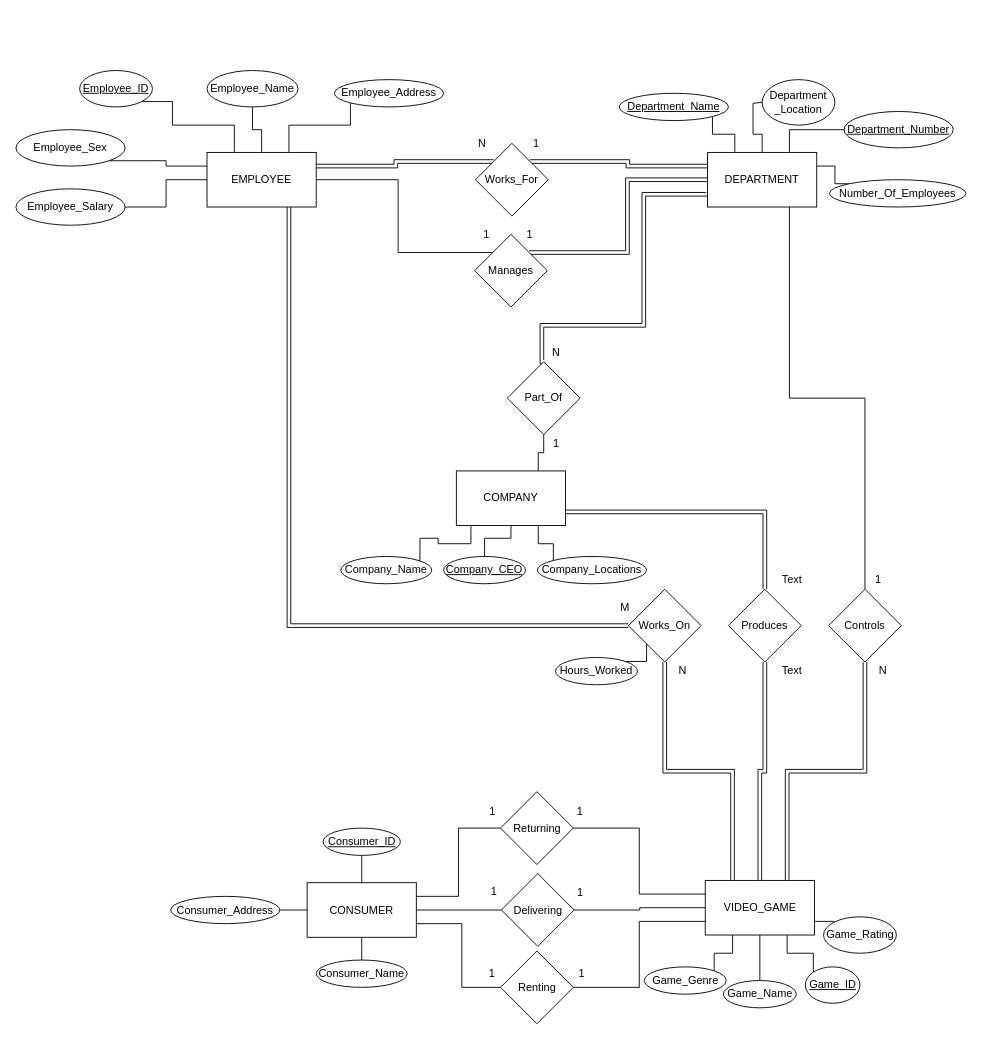
CameronWFox/College_Courses keeps this draw.io diagram as page "ER_Diagram" (1 of 2) of Computer_Science_CS/4700_Database_Management/Database Management Project Enitity Relationship Diagram.drawio. Above is the earlier version. Source tidied: cells renumbered, new cells numbered last; positions are measured from the earlier drawing's top-left corner, leaving out a move shared by most shapes. Both pictures are drawn from the tidied source at 91%, with x=0, y=0 at pixel (15, 70).
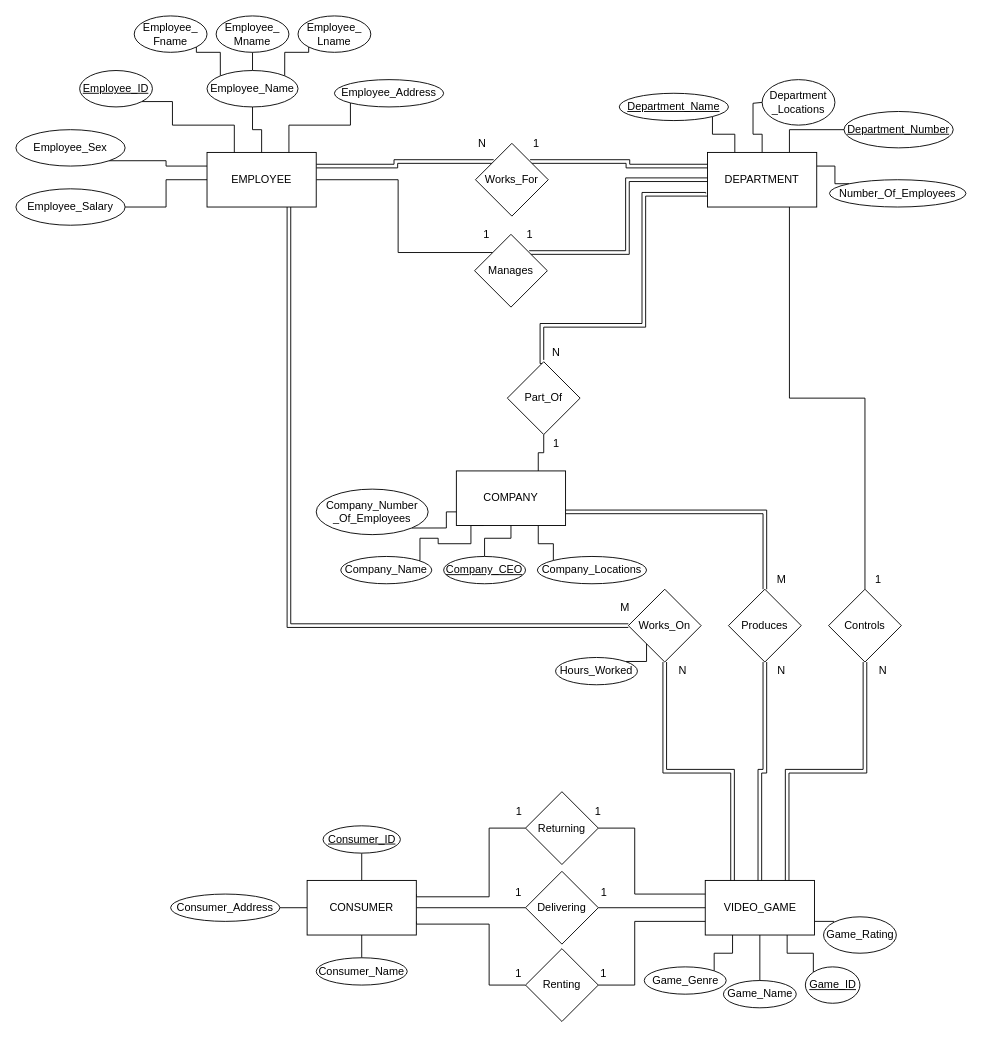
The same page after the edit.

The change refers to these unchanged cells:
```xml
<mxCell id="5" value="COMPANY" style="rounded=0;whiteSpace=wrap;html=1;" parent="1" vertex="1">
  <mxGeometry x="484" y="440" width="120" height="60" as="geometry" />
</mxCell>
<mxCell id="28" value="VIDEO_GAME" style="rounded=0;whiteSpace=wrap;html=1;" parent="1" vertex="1">
  <mxGeometry x="757.5" y="890" width="120" height="60" as="geometry" />
</mxCell>
<mxCell id="30" value="Employee_Name" style="ellipse;whiteSpace=wrap;html=1;" parent="1" vertex="1">
  <mxGeometry x="210" width="100" height="40" as="geometry" />
</mxCell>
```

The edit, as a diff of the source:
```diff
@@
     <mxCell id="17" style="edgeStyle=orthogonalEdgeStyle;rounded=0;jettySize=auto;html=1;exitX=1;exitY=0.25;exitDx=0;exitDy=0;entryX=0;entryY=0.5;entryDx=0;entryDy=0;endArrow=none;endFill=0;" parent="1" edge="1" source="23" target="64">
-      <mxGeometry relative="1" as="geometry" />
+      <mxGeometry relative="1" as="geometry">
+        <Array as="points">
+          <mxPoint x="520" y="908" />
+          <mxPoint x="520" y="832" />
+        </Array>
+      </mxGeometry>
     </mxCell>
     <mxCell id="18" style="edgeStyle=orthogonalEdgeStyle;rounded=0;jettySize=auto;html=1;exitX=1;exitY=0.75;exitDx=0;exitDy=0;entryX=0;entryY=0.5;entryDx=0;entryDy=0;endArrow=none;endFill=0;" parent="1" edge="1" source="23" target="62">
       <mxGeometry relative="1" as="geometry">
         <Array as="points">
-          <mxPoint x="490" y="937.5" />
-          <mxPoint x="490" y="1007.5" />
+          <mxPoint x="440" y="938" />
+          <mxPoint x="520" y="938" />
+          <mxPoint x="520" y="1005" />
         </Array>
       </mxGeometry>
     </mxCell>
@@
     <mxCell id="23" value="CONSUMER" style="rounded=0;whiteSpace=wrap;html=1;" parent="1" vertex="1">
-      <mxGeometry x="320" y="892.5" width="120" height="60" as="geometry" />
+      <mxGeometry x="320" y="890" width="120" height="60" as="geometry" />
     </mxCell>
@@
+    <mxCell id="92" style="edgeStyle=orthogonalEdgeStyle;rounded=0;jettySize=auto;html=1;exitX=0.5;exitY=0;exitDx=0;exitDy=0;entryX=0.5;entryY=1;entryDx=0;entryDy=0;endArrow=none;endFill=0;" parent="1" edge="1" source="30" target="97">
+      <mxGeometry relative="1" as="geometry" />
+    </mxCell>
+    <mxCell id="93" style="edgeStyle=orthogonalEdgeStyle;rounded=0;jettySize=auto;html=1;exitX=1;exitY=0;exitDx=0;exitDy=0;entryX=0;entryY=1;entryDx=0;entryDy=0;endArrow=none;endFill=0;" parent="1" edge="1" source="30" target="98">
+      <mxGeometry relative="1" as="geometry" />
+    </mxCell>
+    <mxCell id="94" style="edgeStyle=orthogonalEdgeStyle;rounded=0;jettySize=auto;html=1;exitX=0;exitY=0;exitDx=0;exitDy=0;entryX=1;entryY=1;entryDx=0;entryDy=0;endArrow=none;endFill=0;" parent="1" edge="1" source="30" target="99">
+      <mxGeometry relative="1" as="geometry" />
+    </mxCell>
@@
-    <mxCell id="36" value="Department&lt;br&gt;_Location" style="ellipse;whiteSpace=wrap;html=1;" parent="1" vertex="1">
+    <mxCell id="36" value="Department&lt;br&gt;_Locations" style="ellipse;whiteSpace=wrap;html=1;" parent="1" vertex="1">
       <mxGeometry x="820" y="10" width="80" height="50" as="geometry" />
     </mxCell>
@@
     <mxCell id="61" style="edgeStyle=orthogonalEdgeStyle;rounded=0;jettySize=auto;html=1;exitX=1;exitY=0.5;exitDx=0;exitDy=0;entryX=0;entryY=0.75;entryDx=0;entryDy=0;endArrow=none;endFill=0;" parent="1" edge="1" source="62" target="28">
-      <mxGeometry relative="1" as="geometry" />
+      <mxGeometry relative="1" as="geometry">
+        <Array as="points">
+          <mxPoint x="680" y="1005" />
+          <mxPoint x="680" y="935" />
+        </Array>
+      </mxGeometry>
     </mxCell>
     <mxCell id="62" value="Renting" style="rhombus;whiteSpace=wrap;html=1;" parent="1" vertex="1">
-      <mxGeometry x="532.5" y="967.5" width="80" height="80" as="geometry" />
+      <mxGeometry x="560" y="965" width="80" height="80" as="geometry" />
     </mxCell>
     <mxCell id="63" style="edgeStyle=orthogonalEdgeStyle;rounded=0;jettySize=auto;html=1;exitX=1;exitY=0.5;exitDx=0;exitDy=0;entryX=0;entryY=0.25;entryDx=0;entryDy=0;endArrow=none;endFill=0;" parent="1" edge="1" source="64" target="28">
-      <mxGeometry relative="1" as="geometry" />
+      <mxGeometry relative="1" as="geometry">
+        <Array as="points">
+          <mxPoint x="680" y="832" />
+          <mxPoint x="680" y="905" />
+        </Array>
+      </mxGeometry>
     </mxCell>
     <mxCell id="64" value="Returning" style="rhombus;whiteSpace=wrap;html=1;" parent="1" vertex="1">
-      <mxGeometry x="532.5" y="792.5" width="80" height="80" as="geometry" />
+      <mxGeometry x="560" y="792.5" width="80" height="80" as="geometry" />
     </mxCell>
@@
-    <mxCell id="77" value="Text" style="text;html=1;strokeColor=none;fillColor=none;align=center;verticalAlign=middle;whiteSpace=wrap;rounded=0;" parent="1" vertex="1">
-      <mxGeometry x="833" y="550" width="40" height="20" as="geometry" />
+    <mxCell id="77" value="M" style="text;html=1;strokeColor=none;fillColor=none;align=center;verticalAlign=middle;whiteSpace=wrap;rounded=0;" parent="1" vertex="1">
+      <mxGeometry x="833" y="550" width="17" height="20" as="geometry" />
     </mxCell>
-    <mxCell id="78" value="Text" style="text;html=1;strokeColor=none;fillColor=none;align=center;verticalAlign=middle;whiteSpace=wrap;rounded=0;" parent="1" vertex="1">
-      <mxGeometry x="833" y="650" width="40" height="20" as="geometry" />
+    <mxCell id="78" value="N" style="text;html=1;strokeColor=none;fillColor=none;align=center;verticalAlign=middle;whiteSpace=wrap;rounded=0;" parent="1" vertex="1">
+      <mxGeometry x="833" y="650" width="17" height="20" as="geometry" />
     </mxCell>
@@
     <mxCell id="81" value="1" style="text;html=1;strokeColor=none;fillColor=none;align=center;verticalAlign=middle;whiteSpace=wrap;rounded=0;" parent="1" vertex="1">
-      <mxGeometry x="613.5" y="805" width="12" height="20" as="geometry" />
+      <mxGeometry x="634" y="805" width="12" height="20" as="geometry" />
     </mxCell>
     <mxCell id="82" value="1" style="text;html=1;strokeColor=none;fillColor=none;align=center;verticalAlign=middle;whiteSpace=wrap;rounded=0;" parent="1" vertex="1">
-      <mxGeometry x="613.5" y="982.5" width="16" height="20" as="geometry" />
+      <mxGeometry x="638" y="982.5" width="16" height="20" as="geometry" />
     </mxCell>
     <mxCell id="83" value="1" style="text;html=1;strokeColor=none;fillColor=none;align=center;verticalAlign=middle;whiteSpace=wrap;rounded=0;" parent="1" vertex="1">
-      <mxGeometry x="516" y="982.5" width="15" height="20" as="geometry" />
+      <mxGeometry x="545" y="982.5" width="15" height="20" as="geometry" />
     </mxCell>
     <mxCell id="84" value="1" style="text;html=1;strokeColor=none;fillColor=none;align=center;verticalAlign=middle;whiteSpace=wrap;rounded=0;" parent="1" vertex="1">
-      <mxGeometry x="517.5" y="805" width="12" height="20" as="geometry" />
+      <mxGeometry x="546.5" y="805" width="12" height="20" as="geometry" />
     </mxCell>
@@
     <mxCell id="86" value="Delivering" style="rhombus;whiteSpace=wrap;html=1;" parent="1" vertex="1">
-      <mxGeometry x="533.5" y="882.5" width="80" height="80" as="geometry" />
+      <mxGeometry x="560" y="880" width="80" height="80" as="geometry" />
     </mxCell>
     <mxCell id="87" value="1" style="text;html=1;strokeColor=none;fillColor=none;align=center;verticalAlign=middle;whiteSpace=wrap;rounded=0;" parent="1" vertex="1">
-      <mxGeometry x="517.5" y="892.5" width="15" height="20" as="geometry" />
+      <mxGeometry x="545" y="893.5" width="15" height="20" as="geometry" />
     </mxCell>
     <mxCell id="88" value="1" style="text;html=1;strokeColor=none;fillColor=none;align=center;verticalAlign=middle;whiteSpace=wrap;rounded=0;" parent="1" vertex="1">
-      <mxGeometry x="612.5" y="893.5" width="15" height="20" as="geometry" />
+      <mxGeometry x="638.5" y="893.5" width="15" height="20" as="geometry" />
     </mxCell>
     <mxCell id="89" value="Consumer_ID" style="ellipse;whiteSpace=wrap;html=1;fontStyle=4;" parent="1" vertex="1">
-      <mxGeometry x="337.5" y="832.5" width="85" height="30" as="geometry" />
+      <mxGeometry x="337.5" y="830" width="85" height="30" as="geometry" />
     </mxCell>
     <mxCell id="90" value="Consumer_Name" style="ellipse;whiteSpace=wrap;html=1;" parent="1" vertex="1">
-      <mxGeometry x="330" y="977.5" width="100" height="30" as="geometry" />
+      <mxGeometry x="330" y="975" width="100" height="30" as="geometry" />
     </mxCell>
     <mxCell id="91" value="Consumer_Address" style="ellipse;whiteSpace=wrap;html=1;" parent="1" vertex="1">
-      <mxGeometry x="170" y="907.5" width="120" height="30" as="geometry" />
+      <mxGeometry x="170" y="905" width="120" height="30" as="geometry" />
     </mxCell>
+    <mxCell id="95" style="edgeStyle=orthogonalEdgeStyle;rounded=0;jettySize=auto;html=1;exitX=1;exitY=1;exitDx=0;exitDy=0;entryX=0;entryY=0.75;entryDx=0;entryDy=0;endArrow=none;endFill=0;" parent="1" edge="1" source="96" target="5">
+      <mxGeometry relative="1" as="geometry" />
+    </mxCell>
+    <mxCell id="96" value="Company_Number&lt;br&gt;_Of_Employees" style="ellipse;whiteSpace=wrap;html=1;" parent="1" vertex="1">
+      <mxGeometry x="330" y="460" width="123" height="50" as="geometry" />
+    </mxCell>
+    <mxCell id="97" value="Employee_&lt;br&gt;Mname" style="ellipse;whiteSpace=wrap;html=1;" parent="1" vertex="1">
+      <mxGeometry x="220" y="-60" width="80" height="40" as="geometry" />
+    </mxCell>
+    <mxCell id="98" value="Employee_&lt;br&gt;Lname" style="ellipse;whiteSpace=wrap;html=1;" parent="1" vertex="1">
+      <mxGeometry x="310" y="-60" width="80" height="40" as="geometry" />
+    </mxCell>
+    <mxCell id="99" value="Employee_&lt;br&gt;Fname" style="ellipse;whiteSpace=wrap;html=1;" parent="1" vertex="1">
+      <mxGeometry x="130" y="-60" width="80" height="40" as="geometry" />
+    </mxCell>
```
